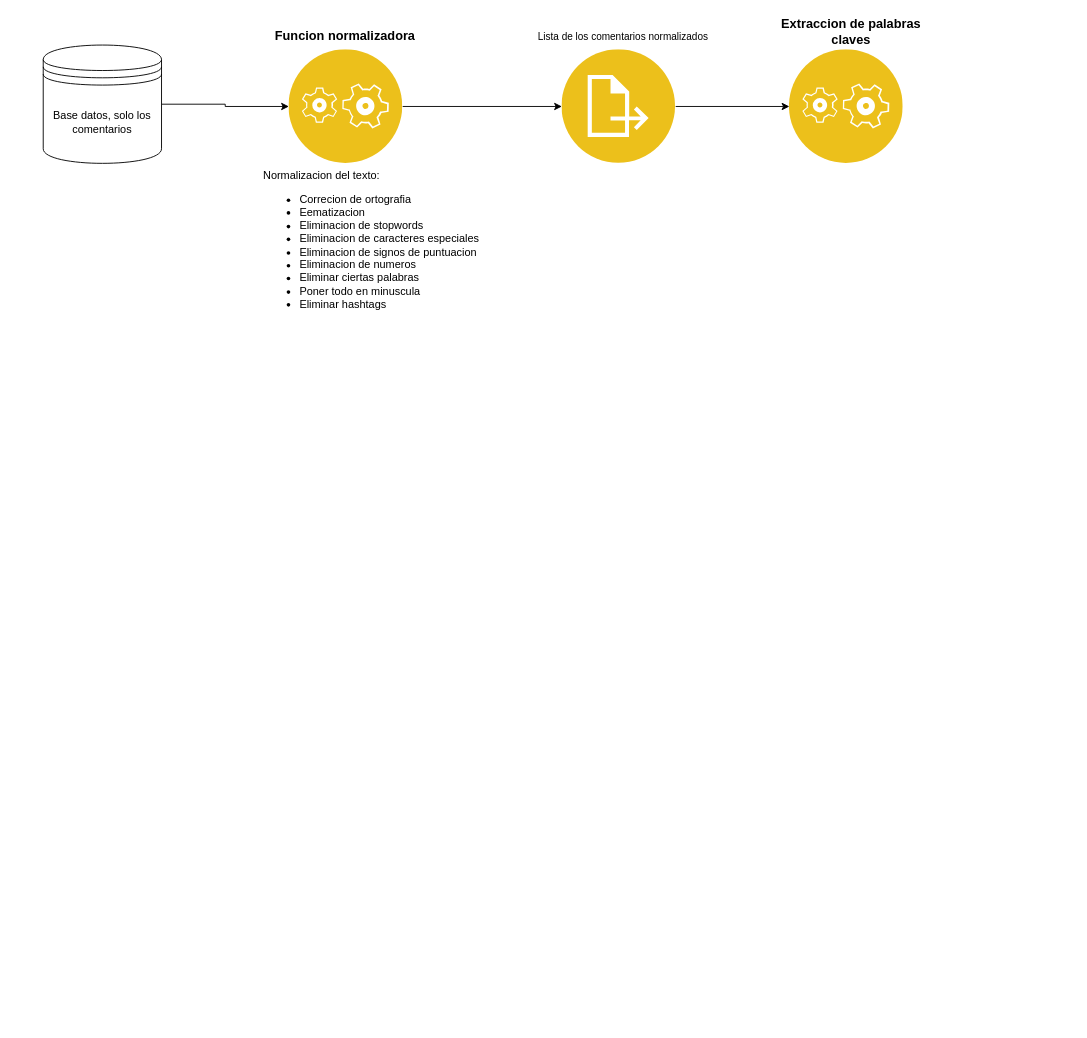
Juliansoto29/FCA-y-keywords keeps this draw.io diagram as Metodologia.drawio. Above is the earlier version. Source tidied: cells renumbered, new cells numbered last; positions are measured from the earlier drawing's top-left corner, leaving out a move shared by most shapes. Both pictures are drawn from the tidied source at 91%, with x=0, y=0 at pixel (43, 17).
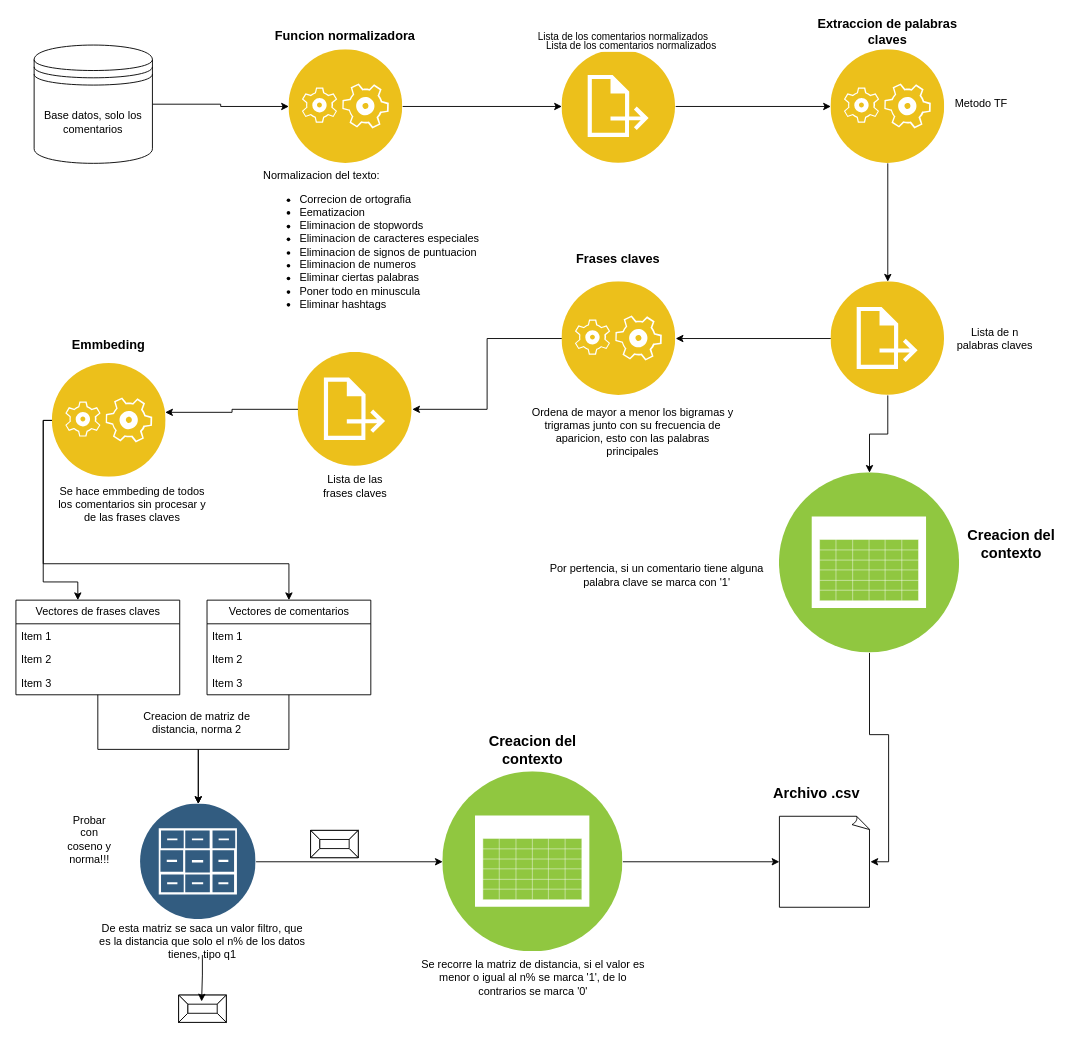
The same diagram, later.

What changed in the source:
```diff
@@
     <mxCell id="3" value="Base datos, solo los comentarios" style="shape=datastore;whiteSpace=wrap;html=1;" parent="1" vertex="1">
-      <mxGeometry y="30" width="130" height="130" as="geometry" />
+      <mxGeometry x="-10" y="30" width="130" height="130" as="geometry" />
     </mxCell>
@@
+    <mxCell id="13" style="edgeStyle=orthogonalEdgeStyle;rounded=0;jettySize=auto;html=1;entryX=0.5;entryY=0;entryDx=0;entryDy=0;" parent="1" edge="1" source="11" target="17">
+      <mxGeometry relative="1" as="geometry" />
+    </mxCell>
     <mxCell id="11" style="image;perimeter=ellipsePerimeter;html=1;align=center;shadow=0;dashed=0;fontColor=#4277BB;labelBackgroundColor=default;fontSize=12;spacingTop=3;image=img/lib/ibm/applications/application_logic.svg;" parent="1" vertex="1">
-      <mxGeometry x="820" y="35" width="125" height="125" as="geometry" />
+      <mxGeometry x="865.6" y="35" width="125" height="125" as="geometry" />
     </mxCell>
     <mxCell id="12" value="&lt;b&gt;&lt;font style=&quot;font-size: 14px;&quot;&gt;Extraccion de palabras claves&lt;/font&gt;&lt;/b&gt;" style="text;html=1;strokeColor=none;fillColor=none;align=center;verticalAlign=middle;whiteSpace=wrap;rounded=0;" parent="1" vertex="1">
-      <mxGeometry x="800" width="176.2" height="30" as="geometry" />
+      <mxGeometry x="840" width="176.2" height="30" as="geometry" />
     </mxCell>
+    <mxCell id="14" value="Metodo TF" style="text;html=1;strokeColor=none;fillColor=none;align=center;verticalAlign=middle;whiteSpace=wrap;rounded=0;" parent="1" vertex="1">
+      <mxGeometry x="1000.6" y="80" width="60" height="30" as="geometry" />
+    </mxCell>
+    <mxCell id="15" style="edgeStyle=orthogonalEdgeStyle;rounded=0;jettySize=auto;html=1;entryX=1;entryY=0.5;entryDx=0;entryDy=0;" parent="1" edge="1" source="17" target="21">
+      <mxGeometry relative="1" as="geometry" />
+    </mxCell>
+    <mxCell id="16" style="edgeStyle=orthogonalEdgeStyle;rounded=0;jettySize=auto;html=1;" parent="1" edge="1" source="17" target="56">
+      <mxGeometry relative="1" as="geometry" />
+    </mxCell>
+    <mxCell id="17" style="image;perimeter=ellipsePerimeter;html=1;align=center;shadow=0;dashed=0;fontColor=#4277BB;labelBackgroundColor=default;fontSize=12;spacingTop=3;image=img/lib/ibm/applications/annotate.svg;" parent="1" vertex="1">
+      <mxGeometry x="865.6" y="290" width="125" height="125" as="geometry" />
+    </mxCell>
+    <mxCell id="18" value="Lista de los comentarios normalizados" style="edgeLabel;html=1;align=right;verticalAlign=middle;" parent="1" vertex="1">
+      <mxGeometry x="740" y="30.5" as="geometry" />
+    </mxCell>
+    <mxCell id="19" value="Lista de n palabras claves" style="text;html=1;strokeColor=none;fillColor=none;align=center;verticalAlign=middle;whiteSpace=wrap;rounded=0;" parent="1" vertex="1">
+      <mxGeometry x="995.6" y="337.5" width="100" height="30" as="geometry" />
+    </mxCell>
+    <mxCell id="20" style="edgeStyle=orthogonalEdgeStyle;rounded=0;jettySize=auto;html=1;" parent="1" edge="1" source="21" target="24">
+      <mxGeometry relative="1" as="geometry" />
+    </mxCell>
+    <mxCell id="21" style="image;perimeter=ellipsePerimeter;html=1;align=center;shadow=0;dashed=0;fontColor=#4277BB;labelBackgroundColor=default;fontSize=12;spacingTop=3;image=img/lib/ibm/applications/application_logic.svg;" parent="1" vertex="1">
+      <mxGeometry x="570" y="290" width="125" height="125" as="geometry" />
+    </mxCell>
+    <mxCell id="22" value="&lt;b&gt;&lt;font style=&quot;font-size: 14px;&quot;&gt;Frases claves&lt;/font&gt;&lt;/b&gt;" style="text;html=1;strokeColor=none;fillColor=none;align=center;verticalAlign=middle;whiteSpace=wrap;rounded=0;" parent="1" vertex="1">
+      <mxGeometry x="544.4" y="250" width="176.2" height="30" as="geometry" />
+    </mxCell>
+    <mxCell id="23" value="Ordena de mayor a menor los bigramas y trigramas junto con su frecuencia de aparicion, esto con las palabras principales" style="text;html=1;strokeColor=none;fillColor=none;align=center;verticalAlign=middle;whiteSpace=wrap;rounded=0;" parent="1" vertex="1">
+      <mxGeometry x="535.6" y="440" width="224.4" height="30" as="geometry" />
+    </mxCell>
+    <mxCell id="24" style="image;perimeter=ellipsePerimeter;html=1;align=center;shadow=0;dashed=0;fontColor=#4277BB;labelBackgroundColor=default;fontSize=12;spacingTop=3;image=img/lib/ibm/applications/annotate.svg;" parent="1" vertex="1">
+      <mxGeometry x="280" y="367.5" width="125.5" height="125.5" as="geometry" />
+    </mxCell>
+    <mxCell id="25" value="Lista de las frases claves" style="text;html=1;strokeColor=none;fillColor=none;align=center;verticalAlign=middle;whiteSpace=wrap;rounded=0;" parent="1" vertex="1">
+      <mxGeometry x="293.8" y="500" width="97.5" height="30" as="geometry" />
+    </mxCell>
+    <mxCell id="26" style="edgeStyle=orthogonalEdgeStyle;rounded=0;jettySize=auto;html=1;entryX=0.378;entryY=0;entryDx=0;entryDy=0;entryPerimeter=0;" parent="1" edge="1" source="28" target="33">
+      <mxGeometry relative="1" as="geometry">
+        <Array as="points">
+          <mxPoint y="443" />
+          <mxPoint y="620" />
+          <mxPoint x="38" y="620" />
+        </Array>
+      </mxGeometry>
+    </mxCell>
+    <mxCell id="27" style="edgeStyle=orthogonalEdgeStyle;rounded=0;jettySize=auto;html=1;entryX=0.5;entryY=0;entryDx=0;entryDy=0;" parent="1" edge="1" source="28" target="39">
+      <mxGeometry relative="1" as="geometry">
+        <Array as="points">
+          <mxPoint y="443" />
+          <mxPoint y="600" />
+          <mxPoint x="270" y="600" />
+        </Array>
+      </mxGeometry>
+    </mxCell>
+    <mxCell id="28" style="image;perimeter=ellipsePerimeter;html=1;align=center;shadow=0;dashed=0;fontColor=#4277BB;labelBackgroundColor=default;fontSize=12;spacingTop=3;image=img/lib/ibm/applications/application_logic.svg;" parent="1" vertex="1">
+      <mxGeometry x="10" y="380" width="125" height="125" as="geometry" />
+    </mxCell>
+    <mxCell id="29" value="&lt;b&gt;&lt;font style=&quot;font-size: 14px;&quot;&gt;Emmbeding&lt;/font&gt;&lt;/b&gt;" style="text;html=1;strokeColor=none;fillColor=none;align=center;verticalAlign=middle;whiteSpace=wrap;rounded=0;" parent="1" vertex="1">
+      <mxGeometry x="-15.6" y="345" width="176.2" height="30" as="geometry" />
+    </mxCell>
+    <mxCell id="30" style="edgeStyle=orthogonalEdgeStyle;rounded=0;jettySize=auto;html=1;entryX=0.992;entryY=0.429;entryDx=0;entryDy=0;entryPerimeter=0;" parent="1" edge="1" source="24" target="28">
+      <mxGeometry relative="1" as="geometry" />
+    </mxCell>
+    <mxCell id="31" value="Se hace emmbeding de todos los comentarios sin procesar y de las frases claves" style="text;html=1;strokeColor=none;fillColor=none;align=center;verticalAlign=middle;whiteSpace=wrap;rounded=0;" parent="1" vertex="1">
+      <mxGeometry x="10" y="520" width="176.2" height="30" as="geometry" />
+    </mxCell>
+    <mxCell id="32" style="edgeStyle=orthogonalEdgeStyle;rounded=0;jettySize=auto;html=1;" parent="1" edge="1" source="33" target="44">
+      <mxGeometry relative="1" as="geometry" />
+    </mxCell>
+    <mxCell id="33" value="Vectores de frases claves" style="swimlane;fontStyle=0;horizontal=1;startSize=26;fillColor=none;html=1;" parent="1" vertex="1">
+      <mxGeometry x="-30" y="640" width="180" height="104" as="geometry" />
+    </mxCell>
+    <mxCell id="34" value="Item 1" style="text;strokeColor=none;fillColor=none;align=left;verticalAlign=top;spacingLeft=4;spacingRight=4;overflow=hidden;whiteSpace=wrap;html=1;" parent="33" vertex="1">
+      <mxGeometry y="26" width="180" height="26" as="geometry" />
+    </mxCell>
+    <mxCell id="35" value="Item 2" style="text;strokeColor=none;fillColor=none;align=left;verticalAlign=top;spacingLeft=4;spacingRight=4;overflow=hidden;whiteSpace=wrap;html=1;" parent="33" vertex="1">
+      <mxGeometry y="52" width="180" height="26" as="geometry" />
+    </mxCell>
+    <mxCell id="36" value="Item 3" style="text;strokeColor=none;fillColor=none;align=left;verticalAlign=top;spacingLeft=4;spacingRight=4;overflow=hidden;whiteSpace=wrap;html=1;" parent="33" vertex="1">
+      <mxGeometry y="78" width="180" height="26" as="geometry" />
+    </mxCell>
+    <mxCell id="37" style="edgeStyle=orthogonalEdgeStyle;rounded=0;orthogonalLoop=1;jettySize=auto;html=1;exitX=0.5;exitY=1;exitDx=0;exitDy=0;" parent="1" edge="1" source="31" target="31">
+      <mxGeometry relative="1" as="geometry" />
+    </mxCell>
+    <mxCell id="38" style="edgeStyle=orthogonalEdgeStyle;rounded=0;jettySize=auto;html=1;" parent="1" edge="1" source="39" target="44">
+      <mxGeometry relative="1" as="geometry" />
+    </mxCell>
+    <mxCell id="39" value="Vectores de comentarios" style="swimlane;fontStyle=0;horizontal=1;startSize=26;fillColor=none;html=1;" parent="1" vertex="1">
+      <mxGeometry x="180" y="640" width="180" height="104" as="geometry" />
+    </mxCell>
+    <mxCell id="40" value="Item 1" style="text;strokeColor=none;fillColor=none;align=left;verticalAlign=top;spacingLeft=4;spacingRight=4;overflow=hidden;whiteSpace=wrap;html=1;" parent="39" vertex="1">
+      <mxGeometry y="26" width="180" height="26" as="geometry" />
+    </mxCell>
+    <mxCell id="41" value="Item 2" style="text;strokeColor=none;fillColor=none;align=left;verticalAlign=top;spacingLeft=4;spacingRight=4;overflow=hidden;whiteSpace=wrap;html=1;" parent="39" vertex="1">
+      <mxGeometry y="52" width="180" height="26" as="geometry" />
+    </mxCell>
+    <mxCell id="42" value="Item 3" style="text;strokeColor=none;fillColor=none;align=left;verticalAlign=top;spacingLeft=4;spacingRight=4;overflow=hidden;whiteSpace=wrap;html=1;" parent="39" vertex="1">
+      <mxGeometry y="78" width="180" height="26" as="geometry" />
+    </mxCell>
+    <mxCell id="43" style="edgeStyle=orthogonalEdgeStyle;rounded=0;jettySize=auto;html=1;" parent="1" edge="1" source="44" target="47">
+      <mxGeometry relative="1" as="geometry" />
+    </mxCell>
+    <mxCell id="44" style="image;perimeter=ellipsePerimeter;html=1;align=center;shadow=0;dashed=0;fontColor=#4277BB;labelBackgroundColor=default;fontSize=12;spacingTop=3;image=img/lib/ibm/data/file_repository.svg;" parent="1" vertex="1">
+      <mxGeometry x="106.9" y="864" width="127" height="127" as="geometry" />
+    </mxCell>
+    <mxCell id="45" value="Creacion de matriz de distancia, norma 2" style="text;html=1;strokeColor=none;fillColor=none;align=center;verticalAlign=middle;whiteSpace=wrap;rounded=0;" parent="1" vertex="1">
+      <mxGeometry x="94.4" y="760" width="150" height="30" as="geometry" />
+    </mxCell>
+    <mxCell id="46" style="edgeStyle=orthogonalEdgeStyle;rounded=0;jettySize=auto;html=1;" parent="1" edge="1" source="47" target="54">
+      <mxGeometry relative="1" as="geometry" />
+    </mxCell>
+    <mxCell id="47" style="image;perimeter=ellipsePerimeter;html=1;align=center;shadow=0;dashed=0;fontColor=#4277BB;labelBackgroundColor=default;fontSize=12;spacingTop=3;image=img/lib/ibm/blockchain/event.svg;" parent="1" vertex="1">
+      <mxGeometry x="439" y="828.5" width="198" height="198" as="geometry" />
+    </mxCell>
+    <mxCell id="48" value="&lt;b&gt;&lt;font style=&quot;font-size: 16px;&quot;&gt;Creacion del contexto&lt;/font&gt;&lt;/b&gt;" style="text;html=1;strokeColor=none;fillColor=none;align=center;verticalAlign=middle;whiteSpace=wrap;rounded=0;" parent="1" vertex="1">
+      <mxGeometry x="473" y="790" width="130" height="30" as="geometry" />
+    </mxCell>
+    <mxCell id="49" value="De esta matriz se saca un valor filtro, que es la distancia que solo el n% de los datos tienes, tipo q1" style="text;html=1;strokeColor=none;fillColor=none;align=center;verticalAlign=middle;whiteSpace=wrap;rounded=0;" parent="1" vertex="1">
+      <mxGeometry x="56.1" y="1000" width="237.6" height="30" as="geometry" />
+    </mxCell>
+    <mxCell id="50" style="labelPosition=center;verticalLabelPosition=middle;align=center;html=1;shape=mxgraph.basic.button;dx=10;whiteSpace=wrap;" parent="1" vertex="1">
+      <mxGeometry x="148.8" y="1074" width="52.4" height="30" as="geometry" />
+    </mxCell>
+    <mxCell id="51" style="edgeStyle=orthogonalEdgeStyle;rounded=0;jettySize=auto;html=1;entryX=0.482;entryY=0.233;entryDx=0;entryDy=0;entryPerimeter=0;" parent="1" edge="1" source="49" target="50">
+      <mxGeometry relative="1" as="geometry" />
+    </mxCell>
+    <mxCell id="52" style="labelPosition=center;verticalLabelPosition=middle;align=center;html=1;shape=mxgraph.basic.button;dx=10;whiteSpace=wrap;" parent="1" vertex="1">
+      <mxGeometry x="293.8" y="893" width="52.4" height="30" as="geometry" />
+    </mxCell>
+    <mxCell id="53" value="Se recorre la matriz de distancia, si el valor es menor o igual al n% se marca '1', de lo contrarios se marca '0'&lt;br&gt;" style="text;html=1;strokeColor=none;fillColor=none;align=center;verticalAlign=middle;whiteSpace=wrap;rounded=0;" parent="1" vertex="1">
+      <mxGeometry x="413.5" y="1040" width="249" height="30" as="geometry" />
+    </mxCell>
+    <mxCell id="54" style="whiteSpace=wrap;html=1;shape=mxgraph.basic.document;" parent="1" vertex="1">
+      <mxGeometry x="809" y="877.5" width="100" height="100" as="geometry" />
+    </mxCell>
+    <mxCell id="55" value="&lt;b&gt;&lt;font style=&quot;font-size: 16px;&quot;&gt;Archivo .csv&lt;br&gt;&lt;/font&gt;&lt;/b&gt;" style="text;html=1;strokeColor=none;fillColor=none;align=center;verticalAlign=middle;whiteSpace=wrap;rounded=0;" parent="1" vertex="1">
+      <mxGeometry x="785" y="837" width="130" height="30" as="geometry" />
+    </mxCell>
+    <mxCell id="56" style="image;perimeter=ellipsePerimeter;html=1;align=center;shadow=0;dashed=0;fontColor=#4277BB;labelBackgroundColor=default;fontSize=12;spacingTop=3;image=img/lib/ibm/blockchain/event.svg;" parent="1" vertex="1">
+      <mxGeometry x="809" y="500" width="198" height="198" as="geometry" />
+    </mxCell>
+    <mxCell id="57" value="&lt;b&gt;&lt;font style=&quot;font-size: 16px;&quot;&gt;Creacion del contexto&lt;/font&gt;&lt;/b&gt;" style="text;html=1;strokeColor=none;fillColor=none;align=center;verticalAlign=middle;whiteSpace=wrap;rounded=0;" parent="1" vertex="1">
+      <mxGeometry x="999" y="563" width="130" height="30" as="geometry" />
+    </mxCell>
+    <mxCell id="58" value="Por pertencia, si un comentario tiene alguna palabra clave se marca con '1'" style="text;html=1;strokeColor=none;fillColor=none;align=center;verticalAlign=middle;whiteSpace=wrap;rounded=0;" parent="1" vertex="1">
+      <mxGeometry x="550" y="598" width="249" height="30" as="geometry" />
+    </mxCell>
+    <mxCell id="59" style="edgeStyle=orthogonalEdgeStyle;rounded=0;jettySize=auto;html=1;entryX=1;entryY=0.5;entryDx=0;entryDy=0;entryPerimeter=0;" parent="1" edge="1" source="56" target="54">
+      <mxGeometry relative="1" as="geometry" />
+    </mxCell>
+    <mxCell id="60" value="Probar con coseno y norma!!!" style="text;html=1;strokeColor=none;fillColor=none;align=center;verticalAlign=middle;whiteSpace=wrap;rounded=0;" parent="1" vertex="1">
+      <mxGeometry x="21" y="888" width="60" height="30" as="geometry" />
+    </mxCell>
```
